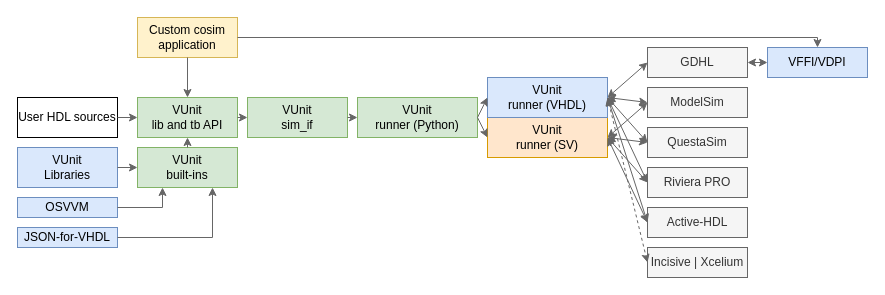
The draw.io diagram docs/_static/vunit.drawio in VUnit/vunit, before the edit. Source tidied: cells renumbered, new cells numbered last; positions are measured from the earlier drawing's top-left corner, leaving out a move shared by most shapes. Both pictures are drawn from the tidied source at 100%, with x=0, y=0 at pixel (17, 17).
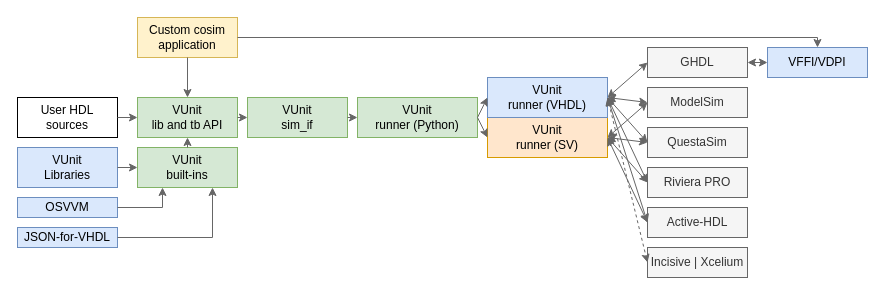
After the change.

Commit message (it also covers changes not shown here):
docs/about: fixed typo from "GDHL" to "GHDL"

Diff of the diagram source:
```diff
@@
-    <mxCell id="3" value="GDHL" style="rounded=0;whiteSpace=wrap;html=1;fillColor=#f5f5f5;strokeColor=#666666;fontColor=#333333;" parent="1" vertex="1">
+    <mxCell id="3" value="GHDL" style="rounded=0;whiteSpace=wrap;html=1;fillColor=#f5f5f5;strokeColor=#666666;fontColor=#333333;" parent="1" vertex="1">
       <mxGeometry x="630" y="30" width="100" height="30" as="geometry" />
     </mxCell>
@@
-    <mxCell id="38" value="User HDL sources" style="rounded=0;whiteSpace=wrap;html=1;" parent="1" vertex="1">
+    <mxCell id="38" value="User HDL&lt;br&gt; sources" style="rounded=0;whiteSpace=wrap;html=1;" parent="1" vertex="1">
       <mxGeometry y="80" width="100" height="40" as="geometry" />
     </mxCell>
```
